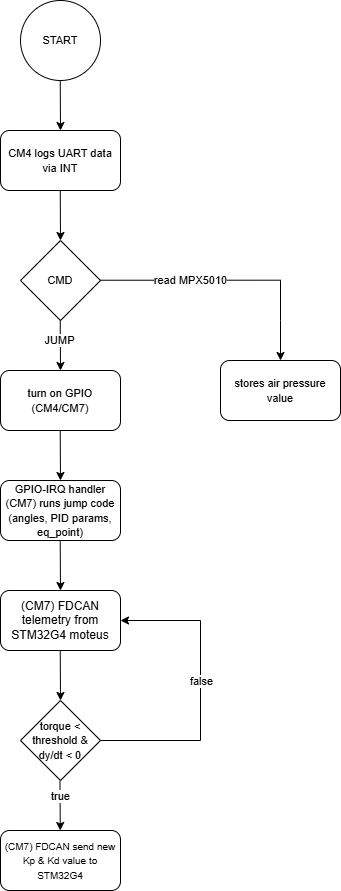
milotruck-shin/doingmeathink keeps this draw.io diagram as FYP control flowchart.png. Above is the earlier version. Source tidied: cells renumbered, new cells last; positions are measured from the earlier drawing's top-left corner, leaving out a move shared by most shapes. The source it was exported from:
```xml
<mxGraphModel>
  <root>
    <mxCell id="0" />
    <mxCell id="1" parent="0" />
    <mxCell id="2" value="&lt;font style=&quot;font-size: 11px;&quot;&gt;START&lt;/font&gt;" style="ellipse;whiteSpace=wrap;html=1;" parent="1" vertex="1">
      <mxGeometry x="20" width="80" height="80" as="geometry" />
    </mxCell>
    <mxCell id="3" value="&lt;font style=&quot;font-size: 11px;&quot;&gt;CM4 logs UART data via INT&lt;/font&gt;" style="rounded=1;whiteSpace=wrap;html=1;" parent="1" vertex="1">
      <mxGeometry y="130" width="120" height="60" as="geometry" />
    </mxCell>
    <mxCell id="4" value="&lt;font style=&quot;font-size: 11px;&quot;&gt;CMD&lt;/font&gt;" style="rhombus;whiteSpace=wrap;html=1;" parent="1" vertex="1">
      <mxGeometry x="20" y="240" width="80" height="80" as="geometry" />
    </mxCell>
    <mxCell id="5" style="endArrow=classic;html=1;rounded=0;entryX=0.5;entryY=0;entryDx=0;entryDy=0;" parent="1" edge="1" target="3">
      <mxGeometry relative="1" as="geometry">
        <mxPoint x="59.7" y="80" as="sourcePoint" />
      </mxGeometry>
    </mxCell>
    <mxCell id="6" style="endArrow=classic;html=1;rounded=0;entryX=0.5;entryY=0;entryDx=0;entryDy=0;" parent="1" edge="1">
      <mxGeometry relative="1" as="geometry">
        <mxPoint x="59.7" y="190" as="sourcePoint" />
        <mxPoint x="60" y="240" as="targetPoint" />
      </mxGeometry>
    </mxCell>
    <mxCell id="7" style="endArrow=classic;html=1;rounded=0;entryX=0.5;entryY=0;entryDx=0;entryDy=0;" parent="1" edge="1">
      <mxGeometry relative="1" as="geometry">
        <mxPoint x="59.7" y="320" as="sourcePoint" />
        <mxPoint x="60" y="370" as="targetPoint" />
      </mxGeometry>
    </mxCell>
    <mxCell id="8" value="JUMP" style="edgeLabel;html=1;align=center;verticalAlign=middle;" parent="7" vertex="1">
      <mxGeometry x="-0.23" y="-1" relative="1" as="geometry" />
    </mxCell>
    <mxCell id="9" style="endArrow=classic;html=1;rounded=0;edgeStyle=orthogonalEdgeStyle;" parent="1" edge="1">
      <mxGeometry relative="1" as="geometry">
        <mxPoint x="100" y="279.7" as="sourcePoint" />
        <mxPoint x="280" y="360" as="targetPoint" />
        <Array as="points">
          <mxPoint x="280" y="280" />
          <mxPoint x="280" y="320" />
        </Array>
      </mxGeometry>
    </mxCell>
    <mxCell id="10" value="read MPX5010" style="edgeLabel;html=1;align=center;verticalAlign=middle;" parent="9" vertex="1">
      <mxGeometry x="-0.41" y="2" relative="1" as="geometry">
        <mxPoint x="13" y="2" as="offset" />
      </mxGeometry>
    </mxCell>
    <mxCell id="11" value="&lt;font style=&quot;font-size: 11px;&quot;&gt;turn on GPIO (CM4/CM7)&lt;/font&gt;" style="rounded=1;whiteSpace=wrap;html=1;" parent="1" vertex="1">
      <mxGeometry y="370" width="120" height="60" as="geometry" />
    </mxCell>
    <mxCell id="12" style="endArrow=classic;html=1;rounded=0;entryX=0.5;entryY=0;entryDx=0;entryDy=0;" parent="1" edge="1">
      <mxGeometry relative="1" as="geometry">
        <mxPoint x="59.7" y="430" as="sourcePoint" />
        <mxPoint x="60" y="480" as="targetPoint" />
      </mxGeometry>
    </mxCell>
    <mxCell id="13" value="&lt;font style=&quot;font-size: 11px;&quot;&gt;GPIO-IRQ handler (CM7) runs jump code (angles, PID params, eq_point)&lt;/font&gt;" style="rounded=1;whiteSpace=wrap;html=1;" parent="1" vertex="1">
      <mxGeometry y="480" width="120" height="60" as="geometry" />
    </mxCell>
    <mxCell id="14" style="endArrow=classic;html=1;rounded=0;entryX=0.5;entryY=0;entryDx=0;entryDy=0;" parent="1" edge="1">
      <mxGeometry relative="1" as="geometry">
        <mxPoint x="59.7" y="540" as="sourcePoint" />
        <mxPoint x="60" y="590" as="targetPoint" />
      </mxGeometry>
    </mxCell>
    <mxCell id="15" value="&lt;font style=&quot;font-size: 11px;&quot;&gt;stores air pressure value&lt;/font&gt;" style="rounded=1;whiteSpace=wrap;html=1;" parent="1" vertex="1">
      <mxGeometry x="220" y="360" width="120" height="60" as="geometry" />
    </mxCell>
    <mxCell id="16" value="(CM7) FDCAN telemetry from STM32G4 moteus" style="rounded=1;whiteSpace=wrap;html=1;" parent="1" vertex="1">
      <mxGeometry y="590" width="120" height="60" as="geometry" />
    </mxCell>
    <mxCell id="17" value="&lt;font style=&quot;font-size: 11px;&quot;&gt;torque &amp;lt; threshold &amp;amp; dy/dt &amp;lt; 0&lt;/font&gt;" style="rhombus;whiteSpace=wrap;html=1;" parent="1" vertex="1">
      <mxGeometry x="20" y="700" width="80" height="80" as="geometry" />
    </mxCell>
    <mxCell id="18" style="endArrow=classic;html=1;rounded=0;entryX=0.5;entryY=0;entryDx=0;entryDy=0;" parent="1" edge="1">
      <mxGeometry relative="1" as="geometry">
        <mxPoint x="59.7" y="650" as="sourcePoint" />
        <mxPoint x="60" y="700" as="targetPoint" />
      </mxGeometry>
    </mxCell>
    <mxCell id="19" style="endArrow=classic;html=1;rounded=0;entryX=0.5;entryY=0;entryDx=0;entryDy=0;" parent="1" edge="1">
      <mxGeometry relative="1" as="geometry">
        <mxPoint x="59.5" y="780" as="sourcePoint" />
        <mxPoint x="59.8" y="830" as="targetPoint" />
      </mxGeometry>
    </mxCell>
    <mxCell id="20" value="true" style="edgeLabel;html=1;align=center;verticalAlign=middle;" parent="19" vertex="1">
      <mxGeometry x="-0.38" y="-2" relative="1" as="geometry">
        <mxPoint x="2" as="offset" />
      </mxGeometry>
    </mxCell>
    <mxCell id="21" style="endArrow=classic;html=1;rounded=0;edgeStyle=orthogonalEdgeStyle;exitX=1;exitY=0.5;exitDx=0;exitDy=0;entryX=1;entryY=0.5;entryDx=0;entryDy=0;" parent="1" edge="1" source="17" target="16">
      <mxGeometry relative="1" as="geometry">
        <Array as="points">
          <mxPoint x="200" y="740" />
          <mxPoint x="200" y="620" />
        </Array>
      </mxGeometry>
    </mxCell>
    <mxCell id="22" value="false" style="edgeLabel;html=1;align=center;verticalAlign=middle;" parent="21" vertex="1">
      <mxGeometry x="-0.42" relative="1" as="geometry">
        <mxPoint x="14" y="-60" as="offset" />
      </mxGeometry>
    </mxCell>
    <mxCell id="23" value="&lt;font size=&quot;1&quot;&gt;(CM7) FDCAN send new Kp &amp;amp; Kd value to STM32G4&lt;/font&gt;" style="rounded=1;whiteSpace=wrap;html=1;" parent="1" vertex="1">
      <mxGeometry y="830" width="120" height="60" as="geometry" />
    </mxCell>
  </root>
</mxGraphModel>
```
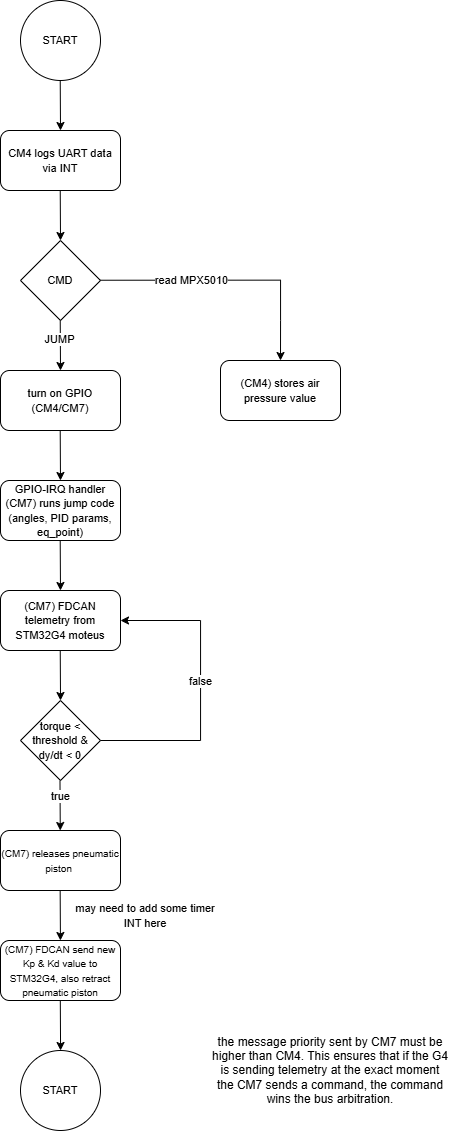
After the commit.

Change to the diagram source:
```diff
@@ -64,10 +64,10 @@
         <mxPoint x="60" y="590" as="targetPoint" />
       </mxGeometry>
     </mxCell>
-    <mxCell id="15" value="&lt;font style=&quot;font-size: 11px;&quot;&gt;stores air pressure value&lt;/font&gt;" style="rounded=1;whiteSpace=wrap;html=1;" parent="1" vertex="1">
+    <mxCell id="15" value="&lt;font style=&quot;font-size: 11px;&quot;&gt;(CM4) stores air pressure value&lt;/font&gt;" style="rounded=1;whiteSpace=wrap;html=1;" parent="1" vertex="1">
       <mxGeometry x="220" y="360" width="120" height="60" as="geometry" />
     </mxCell>
-    <mxCell id="16" value="(CM7) FDCAN telemetry from STM32G4 moteus" style="rounded=1;whiteSpace=wrap;html=1;" parent="1" vertex="1">
+    <mxCell id="16" value="&lt;font style=&quot;font-size: 11px;&quot;&gt;(CM7) FDCAN telemetry from STM32G4 moteus&lt;/font&gt;" style="rounded=1;whiteSpace=wrap;html=1;" parent="1" vertex="1">
       <mxGeometry y="590" width="120" height="60" as="geometry" />
     </mxCell>
     <mxCell id="17" value="&lt;font style=&quot;font-size: 11px;&quot;&gt;torque &amp;lt; threshold &amp;amp; dy/dt &amp;lt; 0&lt;/font&gt;" style="rhombus;whiteSpace=wrap;html=1;" parent="1" vertex="1">
@@ -103,8 +103,32 @@
         <mxPoint x="14" y="-60" as="offset" />
       </mxGeometry>
     </mxCell>
-    <mxCell id="23" value="&lt;font size=&quot;1&quot;&gt;(CM7) FDCAN send new Kp &amp;amp; Kd value to STM32G4&lt;/font&gt;" style="rounded=1;whiteSpace=wrap;html=1;" parent="1" vertex="1">
+    <mxCell id="23" value="&lt;font size=&quot;1&quot;&gt;(CM7) releases pneumatic piston&amp;nbsp;&lt;/font&gt;" style="rounded=1;whiteSpace=wrap;html=1;" parent="1" vertex="1">
       <mxGeometry y="830" width="120" height="60" as="geometry" />
     </mxCell>
+    <mxCell id="24" value="the message priority sent by CM7 must be higher than CM4.&amp;nbsp;This ensures that if the G4 is sending telemetry at the exact moment the CM7 sends a command, the command wins the bus arbitration." style="text;html=1;whiteSpace=wrap;strokeColor=none;fillColor=none;align=center;verticalAlign=middle;rounded=0;" parent="1" vertex="1">
+      <mxGeometry x="210" y="1020" width="240" height="100" as="geometry" />
+    </mxCell>
+    <mxCell id="25" value="&lt;span style=&quot;font-size: x-small;&quot;&gt;(CM7) FDCAN send new Kp &amp;amp; Kd value to STM32G4, also retract pneumatic piston&lt;/span&gt;" style="rounded=1;whiteSpace=wrap;html=1;" parent="1" vertex="1">
+      <mxGeometry y="940" width="120" height="60" as="geometry" />
+    </mxCell>
+    <mxCell id="26" style="endArrow=classic;html=1;rounded=0;entryX=0.5;entryY=0;entryDx=0;entryDy=0;" parent="1" edge="1">
+      <mxGeometry relative="1" as="geometry">
+        <mxPoint x="59.7" y="890" as="sourcePoint" />
+        <mxPoint x="59.9" y="940" as="targetPoint" />
+      </mxGeometry>
+    </mxCell>
+    <mxCell id="27" value="&lt;font style=&quot;font-size: 11px;&quot;&gt;may need to add some timer INT here&lt;/font&gt;" style="text;html=1;whiteSpace=wrap;strokeColor=none;fillColor=none;align=center;verticalAlign=middle;rounded=0;" parent="1" vertex="1">
+      <mxGeometry x="70" y="900" width="150" height="30" as="geometry" />
+    </mxCell>
+    <mxCell id="28" value="&lt;font style=&quot;font-size: 11px;&quot;&gt;START&lt;/font&gt;" style="ellipse;whiteSpace=wrap;html=1;" parent="1" vertex="1">
+      <mxGeometry x="20" y="1050" width="80" height="80" as="geometry" />
+    </mxCell>
+    <mxCell id="29" style="endArrow=classic;html=1;rounded=0;entryX=0.5;entryY=0;entryDx=0;entryDy=0;" parent="1" edge="1">
+      <mxGeometry relative="1" as="geometry">
+        <mxPoint x="59.8" y="1000" as="sourcePoint" />
+        <mxPoint x="60.1" y="1050" as="targetPoint" />
+      </mxGeometry>
+    </mxCell>
   </root>
 </mxGraphModel>
```
